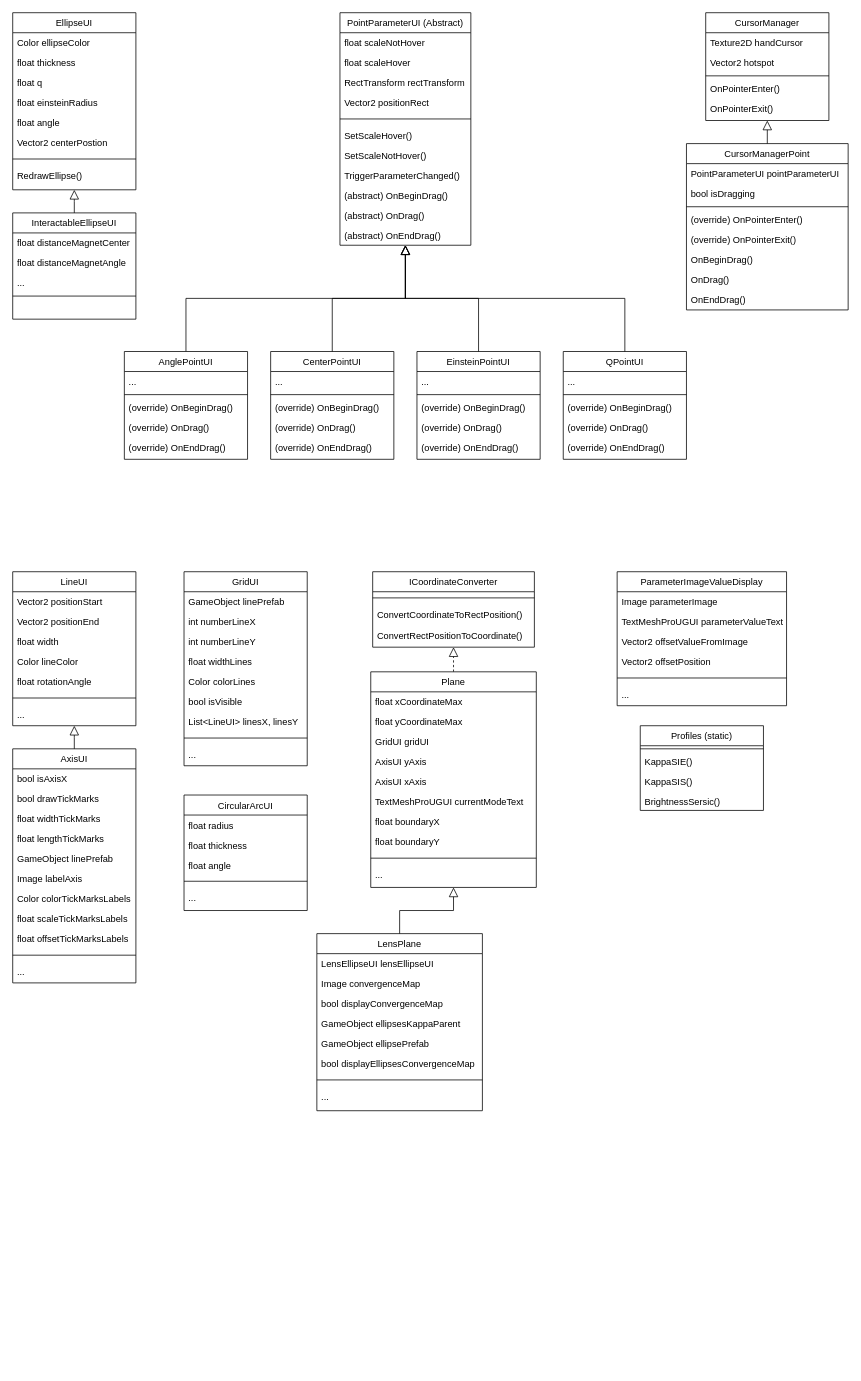
Before: IGLOO_Diagram.drawio in shoutizix/DiagramIGLOO, a draw.io diagram. Source tidied: cells renumbered, new cells numbered last; positions are measured from the earlier drawing's top-left corner, leaving out a move shared by most shapes. Both pictures are drawn from the tidied source at 77%, with x=0, y=0 at pixel (12, 12).
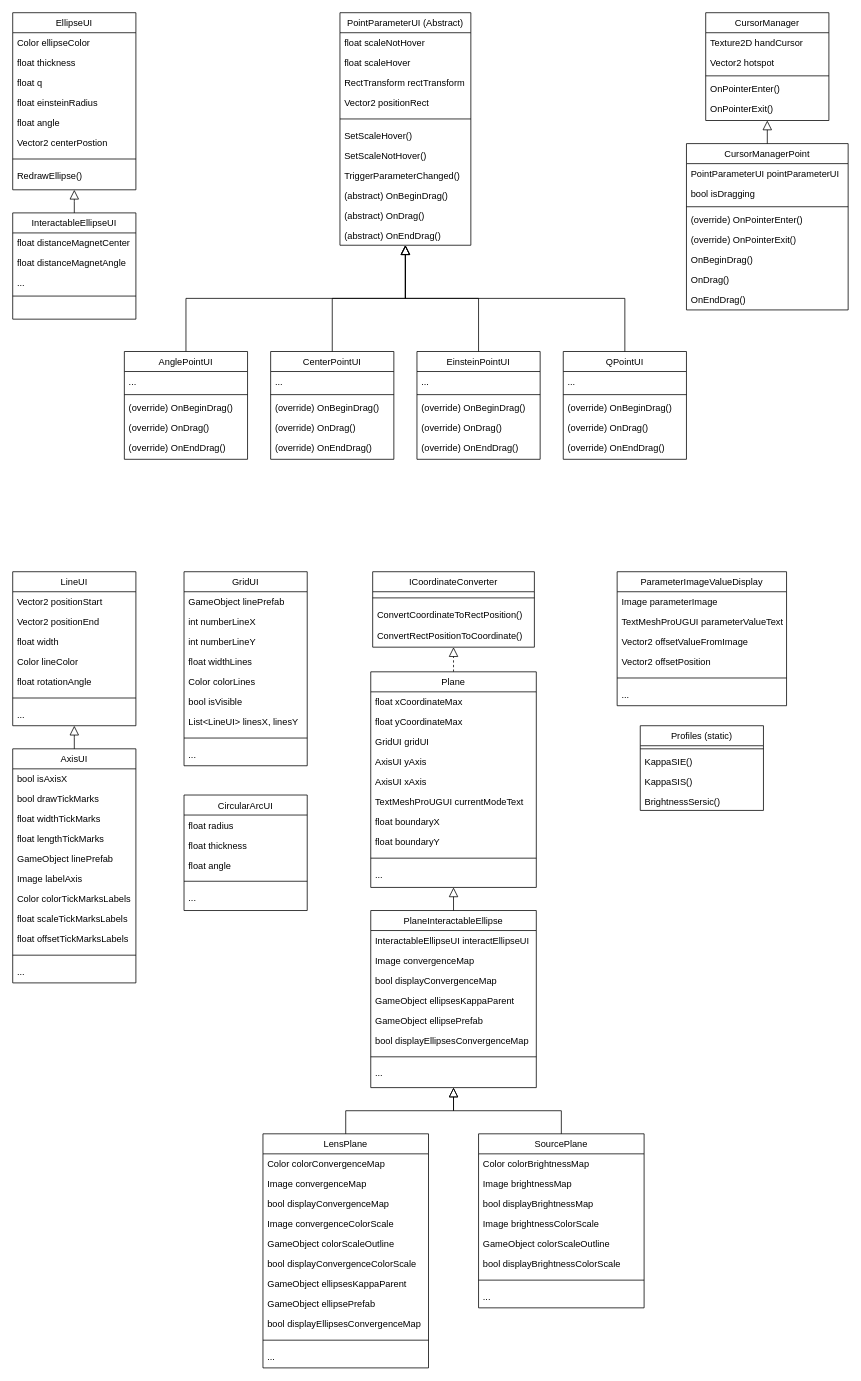
The same page after the edit.

Diff of the diagram source:
```diff
@@
-    <mxCell id="138" value="LensPlane" style="swimlane;fontStyle=0;align=center;verticalAlign=top;horizontal=1;startSize=26;rounded=0;shadow=0;strokeWidth=1;" parent="1" vertex="1">
-      <mxGeometry x="395" y="1196" width="215" height="230" as="geometry" />
+    <mxCell id="138" value="PlaneInteractableEllipse" style="swimlane;fontStyle=0;align=center;verticalAlign=top;horizontal=1;startSize=26;rounded=0;shadow=0;strokeWidth=1;" parent="1" vertex="1">
+      <mxGeometry x="465" y="1166" width="215" height="230" as="geometry" />
     </mxCell>
-    <mxCell id="139" value="LensEllipseUI lensEllipseUI" style="text;align=left;verticalAlign=top;spacingLeft=4;spacingRight=4;overflow=hidden;rounded=0;shadow=0;html=0;" parent="138" vertex="1">
+    <mxCell id="139" value="InteractableEllipseUI interactEllipseUI" style="text;align=left;verticalAlign=top;spacingLeft=4;spacingRight=4;overflow=hidden;rounded=0;shadow=0;html=0;" parent="138" vertex="1">
       <mxGeometry y="26" width="215" height="26" as="geometry" />
     </mxCell>
@@
+    <mxCell id="148" value="SourcePlane" style="swimlane;fontStyle=0;align=center;verticalAlign=top;horizontal=1;startSize=26;rounded=0;shadow=0;strokeWidth=1;" parent="1" vertex="1">
+      <mxGeometry x="605" y="1456" width="215" height="226" as="geometry" />
+    </mxCell>
+    <mxCell id="149" value="Color colorBrightnessMap" style="text;align=left;verticalAlign=top;spacingLeft=4;spacingRight=4;overflow=hidden;rounded=0;shadow=0;html=0;" parent="148" vertex="1">
+      <mxGeometry y="26" width="215" height="26" as="geometry" />
+    </mxCell>
+    <mxCell id="150" value="Image brightnessMap" style="text;align=left;verticalAlign=top;spacingLeft=4;spacingRight=4;overflow=hidden;rounded=0;shadow=0;html=0;" parent="148" vertex="1">
+      <mxGeometry y="52" width="215" height="26" as="geometry" />
+    </mxCell>
+    <mxCell id="151" value="bool displayBrightnessMap" style="text;align=left;verticalAlign=top;spacingLeft=4;spacingRight=4;overflow=hidden;rounded=0;shadow=0;html=0;" parent="148" vertex="1">
+      <mxGeometry y="78" width="215" height="26" as="geometry" />
+    </mxCell>
+    <mxCell id="152" value="Image brightnessColorScale" style="text;align=left;verticalAlign=top;spacingLeft=4;spacingRight=4;overflow=hidden;rounded=0;shadow=0;html=0;" parent="148" vertex="1">
+      <mxGeometry y="104" width="215" height="26" as="geometry" />
+    </mxCell>
+    <mxCell id="153" value="GameObject colorScaleOutline" style="text;align=left;verticalAlign=top;spacingLeft=4;spacingRight=4;overflow=hidden;rounded=0;shadow=0;html=0;" parent="148" vertex="1">
+      <mxGeometry y="130" width="215" height="26" as="geometry" />
+    </mxCell>
+    <mxCell id="154" value="bool displayBrightnessColorScale" style="text;align=left;verticalAlign=top;spacingLeft=4;spacingRight=4;overflow=hidden;rounded=0;shadow=0;html=0;" parent="148" vertex="1">
+      <mxGeometry y="156" width="215" height="26" as="geometry" />
+    </mxCell>
+    <mxCell id="155" style="line;html=1;strokeWidth=1;align=left;verticalAlign=middle;spacingTop=-1;spacingLeft=3;spacingRight=3;labelPosition=right;" parent="148" vertex="1">
+      <mxGeometry y="182" width="215" height="16" as="geometry" />
+    </mxCell>
+    <mxCell id="156" value="..." style="text;align=left;verticalAlign=top;spacingLeft=4;spacingRight=4;overflow=hidden;" parent="148" vertex="1">
+      <mxGeometry y="198" width="215" height="28" as="geometry" />
+    </mxCell>
+    <mxCell id="157" value="LensPlane" style="swimlane;fontStyle=0;align=center;verticalAlign=top;horizontal=1;startSize=26;rounded=0;shadow=0;strokeWidth=1;" parent="1" vertex="1">
+      <mxGeometry x="325" y="1456" width="215" height="304" as="geometry" />
+    </mxCell>
+    <mxCell id="158" value="Color colorConvergenceMap" style="text;align=left;verticalAlign=top;spacingLeft=4;spacingRight=4;overflow=hidden;rounded=0;shadow=0;html=0;" parent="157" vertex="1">
+      <mxGeometry y="26" width="215" height="26" as="geometry" />
+    </mxCell>
+    <mxCell id="159" value="Image convergenceMap" style="text;align=left;verticalAlign=top;spacingLeft=4;spacingRight=4;overflow=hidden;rounded=0;shadow=0;html=0;" parent="157" vertex="1">
+      <mxGeometry y="52" width="215" height="26" as="geometry" />
+    </mxCell>
+    <mxCell id="160" value="bool displayConvergenceMap" style="text;align=left;verticalAlign=top;spacingLeft=4;spacingRight=4;overflow=hidden;rounded=0;shadow=0;html=0;" parent="157" vertex="1">
+      <mxGeometry y="78" width="215" height="26" as="geometry" />
+    </mxCell>
+    <mxCell id="161" value="Image convergenceColorScale" style="text;align=left;verticalAlign=top;spacingLeft=4;spacingRight=4;overflow=hidden;rounded=0;shadow=0;html=0;" parent="157" vertex="1">
+      <mxGeometry y="104" width="215" height="26" as="geometry" />
+    </mxCell>
+    <mxCell id="162" value="GameObject colorScaleOutline" style="text;align=left;verticalAlign=top;spacingLeft=4;spacingRight=4;overflow=hidden;rounded=0;shadow=0;html=0;" parent="157" vertex="1">
+      <mxGeometry y="130" width="215" height="26" as="geometry" />
+    </mxCell>
+    <mxCell id="163" value="bool displayConvergenceColorScale" style="text;align=left;verticalAlign=top;spacingLeft=4;spacingRight=4;overflow=hidden;rounded=0;shadow=0;html=0;" parent="157" vertex="1">
+      <mxGeometry y="156" width="215" height="26" as="geometry" />
+    </mxCell>
+    <mxCell id="164" value="GameObject ellipsesKappaParent" style="text;align=left;verticalAlign=top;spacingLeft=4;spacingRight=4;overflow=hidden;rounded=0;shadow=0;html=0;" parent="157" vertex="1">
+      <mxGeometry y="182" width="215" height="26" as="geometry" />
+    </mxCell>
+    <mxCell id="165" value="GameObject ellipsePrefab" style="text;align=left;verticalAlign=top;spacingLeft=4;spacingRight=4;overflow=hidden;rounded=0;shadow=0;html=0;" parent="157" vertex="1">
+      <mxGeometry y="208" width="215" height="26" as="geometry" />
+    </mxCell>
+    <mxCell id="166" value="bool displayEllipsesConvergenceMap" style="text;align=left;verticalAlign=top;spacingLeft=4;spacingRight=4;overflow=hidden;rounded=0;shadow=0;html=0;" parent="157" vertex="1">
+      <mxGeometry y="234" width="215" height="26" as="geometry" />
+    </mxCell>
+    <mxCell id="167" style="line;html=1;strokeWidth=1;align=left;verticalAlign=middle;spacingTop=-1;spacingLeft=3;spacingRight=3;labelPosition=right;" parent="157" vertex="1">
+      <mxGeometry y="260" width="215" height="16" as="geometry" />
+    </mxCell>
+    <mxCell id="168" value="..." style="text;align=left;verticalAlign=top;spacingLeft=4;spacingRight=4;overflow=hidden;" parent="157" vertex="1">
+      <mxGeometry y="276" width="215" height="28" as="geometry" />
+    </mxCell>
+    <mxCell id="169" style="edgeStyle=elbowEdgeStyle;rounded=0;jettySize=auto;html=1;endArrow=block;endFill=0;elbow=vertical;endSize=10;exitX=0.5;exitY=0;exitDx=0;exitDy=0;" parent="1" edge="1" source="157" target="138">
+      <mxGeometry relative="1" as="geometry" />
+    </mxCell>
+    <mxCell id="170" style="edgeStyle=elbowEdgeStyle;rounded=0;jettySize=auto;html=1;endArrow=block;endFill=0;elbow=vertical;endSize=10;exitX=0.5;exitY=0;exitDx=0;exitDy=0;" parent="1" edge="1" source="148" target="138">
+      <mxGeometry relative="1" as="geometry" />
+    </mxCell>
```
